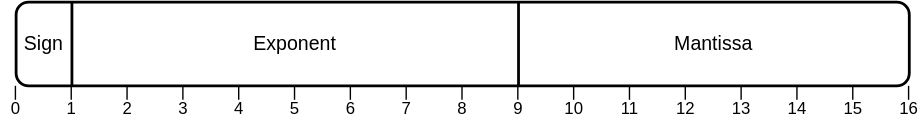
Before: assets/bfloat16.svg, a diagram exported from draw.io (data-niklas/master_thesis). Source tidied: cells renumbered, new cells last; positions are measured from the earlier drawing's top-left corner, leaving out a move shared by most shapes.
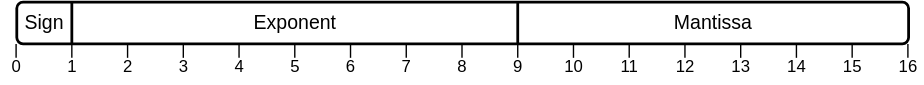
The same diagram one commit later.

The edit, as a diff of the source:
```diff
@@ -3,180 +3,180 @@
     <mxCell id="0" />
     <mxCell id="1" parent="0" />
     <mxCell id="2" style="rounded=1;whiteSpace=wrap;html=1;fillColor=default;strokeWidth=2;" parent="1" vertex="1">
-      <mxGeometry x="10" width="640" height="60" as="geometry" />
+      <mxGeometry x="10" y="150" width="640" height="30" as="geometry" />
     </mxCell>
     <mxCell id="3" style="endArrow=none;html=1;rounded=0;strokeWidth=2;" parent="1" edge="1">
       <mxGeometry relative="1" as="geometry">
-        <mxPoint x="50" y="60" as="sourcePoint" />
-        <mxPoint x="50" as="targetPoint" />
+        <mxPoint x="369.5" y="180" as="sourcePoint" />
+        <mxPoint x="369.5" y="150" as="targetPoint" />
       </mxGeometry>
     </mxCell>
-    <mxCell id="4" style="endArrow=none;html=1;rounded=0;strokeWidth=2;" parent="1" edge="1">
-      <mxGeometry relative="1" as="geometry">
-        <mxPoint x="370" y="60" as="sourcePoint" />
-        <mxPoint x="370" as="targetPoint" />
-      </mxGeometry>
+    <mxCell id="4" value="1" style="text;html=1;align=center;verticalAlign=middle;whiteSpace=wrap;rounded=0;spacingTop=3;" parent="1" vertex="1">
+      <mxGeometry x="40" y="180" width="20" height="30" as="geometry" />
     </mxCell>
-    <mxCell id="5" value="1" style="text;html=1;align=center;verticalAlign=middle;whiteSpace=wrap;rounded=0;spacingTop=3;" parent="1" vertex="1">
-      <mxGeometry x="40" y="60" width="20" height="30" as="geometry" />
+    <mxCell id="5" style="endArrow=none;html=1;rounded=0;strokeWidth=1;" parent="1" edge="1">
+      <mxGeometry relative="1" as="geometry">
+        <mxPoint x="49.5" y="190" as="sourcePoint" />
+        <mxPoint x="49.5" y="180" as="targetPoint" />
+      </mxGeometry>
     </mxCell>
-    <mxCell id="6" style="endArrow=none;html=1;rounded=0;strokeWidth=1;" parent="1" edge="1">
-      <mxGeometry relative="1" as="geometry">
-        <mxPoint x="49.5" y="70" as="sourcePoint" />
-        <mxPoint x="49.5" y="60" as="targetPoint" />
-      </mxGeometry>
+    <mxCell id="6" value="2" style="text;html=1;align=center;verticalAlign=middle;whiteSpace=wrap;rounded=0;spacingTop=3;" parent="1" vertex="1">
+      <mxGeometry x="80" y="180" width="20" height="30" as="geometry" />
     </mxCell>
-    <mxCell id="7" value="2" style="text;html=1;align=center;verticalAlign=middle;whiteSpace=wrap;rounded=0;spacingTop=3;" parent="1" vertex="1">
-      <mxGeometry x="80" y="60" width="20" height="30" as="geometry" />
+    <mxCell id="7" style="endArrow=none;html=1;rounded=0;strokeWidth=1;" parent="1" edge="1">
+      <mxGeometry relative="1" as="geometry">
+        <mxPoint x="89.5" y="190" as="sourcePoint" />
+        <mxPoint x="89.5" y="180" as="targetPoint" />
+      </mxGeometry>
     </mxCell>
-    <mxCell id="8" style="endArrow=none;html=1;rounded=0;strokeWidth=1;" parent="1" edge="1">
-      <mxGeometry relative="1" as="geometry">
-        <mxPoint x="89.5" y="70" as="sourcePoint" />
-        <mxPoint x="89.5" y="60" as="targetPoint" />
-      </mxGeometry>
+    <mxCell id="8" value="3" style="text;html=1;align=center;verticalAlign=middle;whiteSpace=wrap;rounded=0;spacingTop=3;" parent="1" vertex="1">
+      <mxGeometry x="120" y="180" width="20" height="30" as="geometry" />
     </mxCell>
-    <mxCell id="9" value="3" style="text;html=1;align=center;verticalAlign=middle;whiteSpace=wrap;rounded=0;spacingTop=3;" parent="1" vertex="1">
-      <mxGeometry x="120" y="60" width="20" height="30" as="geometry" />
+    <mxCell id="9" style="endArrow=none;html=1;rounded=0;strokeWidth=1;" parent="1" edge="1">
+      <mxGeometry relative="1" as="geometry">
+        <mxPoint x="129.5" y="190" as="sourcePoint" />
+        <mxPoint x="129.5" y="180" as="targetPoint" />
+      </mxGeometry>
     </mxCell>
-    <mxCell id="10" style="endArrow=none;html=1;rounded=0;strokeWidth=1;" parent="1" edge="1">
-      <mxGeometry relative="1" as="geometry">
-        <mxPoint x="129.5" y="70" as="sourcePoint" />
-        <mxPoint x="129.5" y="60" as="targetPoint" />
-      </mxGeometry>
+    <mxCell id="10" value="4" style="text;html=1;align=center;verticalAlign=middle;whiteSpace=wrap;rounded=0;spacingTop=3;" parent="1" vertex="1">
+      <mxGeometry x="160" y="180" width="20" height="30" as="geometry" />
     </mxCell>
-    <mxCell id="11" value="4" style="text;html=1;align=center;verticalAlign=middle;whiteSpace=wrap;rounded=0;spacingTop=3;" parent="1" vertex="1">
-      <mxGeometry x="160" y="60" width="20" height="30" as="geometry" />
+    <mxCell id="11" style="endArrow=none;html=1;rounded=0;strokeWidth=1;" parent="1" edge="1">
+      <mxGeometry relative="1" as="geometry">
+        <mxPoint x="169.5" y="190" as="sourcePoint" />
+        <mxPoint x="169.5" y="180" as="targetPoint" />
+      </mxGeometry>
     </mxCell>
-    <mxCell id="12" style="endArrow=none;html=1;rounded=0;strokeWidth=1;" parent="1" edge="1">
-      <mxGeometry relative="1" as="geometry">
-        <mxPoint x="169.5" y="70" as="sourcePoint" />
-        <mxPoint x="169.5" y="60" as="targetPoint" />
-      </mxGeometry>
+    <mxCell id="12" value="5" style="text;html=1;align=center;verticalAlign=middle;whiteSpace=wrap;rounded=0;spacingTop=3;" parent="1" vertex="1">
+      <mxGeometry x="200" y="180" width="20" height="30" as="geometry" />
     </mxCell>
-    <mxCell id="13" value="5" style="text;html=1;align=center;verticalAlign=middle;whiteSpace=wrap;rounded=0;spacingTop=3;" parent="1" vertex="1">
-      <mxGeometry x="200" y="60" width="20" height="30" as="geometry" />
+    <mxCell id="13" style="endArrow=none;html=1;rounded=0;strokeWidth=1;" parent="1" edge="1">
+      <mxGeometry relative="1" as="geometry">
+        <mxPoint x="209.5" y="190" as="sourcePoint" />
+        <mxPoint x="209.5" y="180" as="targetPoint" />
+      </mxGeometry>
     </mxCell>
-    <mxCell id="14" style="endArrow=none;html=1;rounded=0;strokeWidth=1;" parent="1" edge="1">
-      <mxGeometry relative="1" as="geometry">
-        <mxPoint x="209.5" y="70" as="sourcePoint" />
-        <mxPoint x="209.5" y="60" as="targetPoint" />
-      </mxGeometry>
+    <mxCell id="14" value="6" style="text;html=1;align=center;verticalAlign=middle;whiteSpace=wrap;rounded=0;spacingTop=3;" parent="1" vertex="1">
+      <mxGeometry x="240" y="180" width="20" height="30" as="geometry" />
     </mxCell>
-    <mxCell id="15" value="6" style="text;html=1;align=center;verticalAlign=middle;whiteSpace=wrap;rounded=0;spacingTop=3;" parent="1" vertex="1">
-      <mxGeometry x="240" y="60" width="20" height="30" as="geometry" />
+    <mxCell id="15" style="endArrow=none;html=1;rounded=0;strokeWidth=1;" parent="1" edge="1">
+      <mxGeometry relative="1" as="geometry">
+        <mxPoint x="249.5" y="190" as="sourcePoint" />
+        <mxPoint x="249.5" y="180" as="targetPoint" />
+      </mxGeometry>
     </mxCell>
-    <mxCell id="16" style="endArrow=none;html=1;rounded=0;strokeWidth=1;" parent="1" edge="1">
-      <mxGeometry relative="1" as="geometry">
-        <mxPoint x="249.5" y="70" as="sourcePoint" />
-        <mxPoint x="249.5" y="60" as="targetPoint" />
-      </mxGeometry>
+    <mxCell id="16" value="7" style="text;html=1;align=center;verticalAlign=middle;whiteSpace=wrap;rounded=0;spacingTop=3;" parent="1" vertex="1">
+      <mxGeometry x="280" y="180" width="20" height="30" as="geometry" />
     </mxCell>
-    <mxCell id="17" value="7" style="text;html=1;align=center;verticalAlign=middle;whiteSpace=wrap;rounded=0;spacingTop=3;" parent="1" vertex="1">
-      <mxGeometry x="280" y="60" width="20" height="30" as="geometry" />
+    <mxCell id="17" style="endArrow=none;html=1;rounded=0;strokeWidth=1;" parent="1" edge="1">
+      <mxGeometry relative="1" as="geometry">
+        <mxPoint x="289.5" y="190" as="sourcePoint" />
+        <mxPoint x="289.5" y="180" as="targetPoint" />
+      </mxGeometry>
     </mxCell>
-    <mxCell id="18" style="endArrow=none;html=1;rounded=0;strokeWidth=1;" parent="1" edge="1">
-      <mxGeometry relative="1" as="geometry">
-        <mxPoint x="289.5" y="70" as="sourcePoint" />
-        <mxPoint x="289.5" y="60" as="targetPoint" />
-      </mxGeometry>
+    <mxCell id="18" value="8" style="text;html=1;align=center;verticalAlign=middle;whiteSpace=wrap;rounded=0;spacingTop=3;" parent="1" vertex="1">
+      <mxGeometry x="320" y="180" width="20" height="30" as="geometry" />
     </mxCell>
-    <mxCell id="19" value="8" style="text;html=1;align=center;verticalAlign=middle;whiteSpace=wrap;rounded=0;spacingTop=3;" parent="1" vertex="1">
-      <mxGeometry x="320" y="60" width="20" height="30" as="geometry" />
+    <mxCell id="19" style="endArrow=none;html=1;rounded=0;strokeWidth=1;" parent="1" edge="1">
+      <mxGeometry relative="1" as="geometry">
+        <mxPoint x="329.5" y="190" as="sourcePoint" />
+        <mxPoint x="329.5" y="180" as="targetPoint" />
+      </mxGeometry>
     </mxCell>
-    <mxCell id="20" style="endArrow=none;html=1;rounded=0;strokeWidth=1;" parent="1" edge="1">
-      <mxGeometry relative="1" as="geometry">
-        <mxPoint x="329.5" y="70" as="sourcePoint" />
-        <mxPoint x="329.5" y="60" as="targetPoint" />
-      </mxGeometry>
+    <mxCell id="20" value="9" style="text;html=1;align=center;verticalAlign=middle;whiteSpace=wrap;rounded=0;spacingTop=3;" parent="1" vertex="1">
+      <mxGeometry x="360" y="180" width="20" height="30" as="geometry" />
     </mxCell>
-    <mxCell id="21" value="9" style="text;html=1;align=center;verticalAlign=middle;whiteSpace=wrap;rounded=0;spacingTop=3;" parent="1" vertex="1">
-      <mxGeometry x="360" y="60" width="20" height="30" as="geometry" />
+    <mxCell id="21" style="endArrow=none;html=1;rounded=0;strokeWidth=1;" parent="1" edge="1">
+      <mxGeometry relative="1" as="geometry">
+        <mxPoint x="369.5" y="190" as="sourcePoint" />
+        <mxPoint x="369.5" y="180" as="targetPoint" />
+      </mxGeometry>
     </mxCell>
-    <mxCell id="22" style="endArrow=none;html=1;rounded=0;strokeWidth=1;" parent="1" edge="1">
-      <mxGeometry relative="1" as="geometry">
-        <mxPoint x="369.5" y="70" as="sourcePoint" />
-        <mxPoint x="369.5" y="60" as="targetPoint" />
-      </mxGeometry>
+    <mxCell id="22" value="10" style="text;html=1;align=center;verticalAlign=middle;whiteSpace=wrap;rounded=0;spacingTop=3;" parent="1" vertex="1">
+      <mxGeometry x="400" y="180" width="20" height="30" as="geometry" />
     </mxCell>
-    <mxCell id="23" value="10" style="text;html=1;align=center;verticalAlign=middle;whiteSpace=wrap;rounded=0;spacingTop=3;" parent="1" vertex="1">
-      <mxGeometry x="400" y="60" width="20" height="30" as="geometry" />
+    <mxCell id="23" style="endArrow=none;html=1;rounded=0;strokeWidth=1;" parent="1" edge="1">
+      <mxGeometry relative="1" as="geometry">
+        <mxPoint x="409.5" y="190" as="sourcePoint" />
+        <mxPoint x="409.5" y="180" as="targetPoint" />
+      </mxGeometry>
     </mxCell>
-    <mxCell id="24" style="endArrow=none;html=1;rounded=0;strokeWidth=1;" parent="1" edge="1">
-      <mxGeometry relative="1" as="geometry">
-        <mxPoint x="409.5" y="70" as="sourcePoint" />
-        <mxPoint x="409.5" y="60" as="targetPoint" />
-      </mxGeometry>
+    <mxCell id="24" value="11" style="text;html=1;align=center;verticalAlign=middle;whiteSpace=wrap;rounded=0;spacingTop=3;" parent="1" vertex="1">
+      <mxGeometry x="440" y="180" width="20" height="30" as="geometry" />
     </mxCell>
-    <mxCell id="25" value="11" style="text;html=1;align=center;verticalAlign=middle;whiteSpace=wrap;rounded=0;spacingTop=3;" parent="1" vertex="1">
-      <mxGeometry x="440" y="60" width="20" height="30" as="geometry" />
+    <mxCell id="25" style="endArrow=none;html=1;rounded=0;strokeWidth=1;" parent="1" edge="1">
+      <mxGeometry relative="1" as="geometry">
+        <mxPoint x="449.5" y="190" as="sourcePoint" />
+        <mxPoint x="449.5" y="180" as="targetPoint" />
+      </mxGeometry>
     </mxCell>
-    <mxCell id="26" style="endArrow=none;html=1;rounded=0;strokeWidth=1;" parent="1" edge="1">
-      <mxGeometry relative="1" as="geometry">
-        <mxPoint x="449.5" y="70" as="sourcePoint" />
-        <mxPoint x="449.5" y="60" as="targetPoint" />
-      </mxGeometry>
+    <mxCell id="26" value="12" style="text;html=1;align=center;verticalAlign=middle;whiteSpace=wrap;rounded=0;spacingTop=3;" parent="1" vertex="1">
+      <mxGeometry x="480" y="180" width="20" height="30" as="geometry" />
     </mxCell>
-    <mxCell id="27" value="12" style="text;html=1;align=center;verticalAlign=middle;whiteSpace=wrap;rounded=0;spacingTop=3;" parent="1" vertex="1">
-      <mxGeometry x="480" y="60" width="20" height="30" as="geometry" />
+    <mxCell id="27" style="endArrow=none;html=1;rounded=0;strokeWidth=1;" parent="1" edge="1">
+      <mxGeometry relative="1" as="geometry">
+        <mxPoint x="489.5" y="190" as="sourcePoint" />
+        <mxPoint x="489.5" y="180" as="targetPoint" />
+      </mxGeometry>
     </mxCell>
-    <mxCell id="28" style="endArrow=none;html=1;rounded=0;strokeWidth=1;" parent="1" edge="1">
-      <mxGeometry relative="1" as="geometry">
-        <mxPoint x="489.5" y="70" as="sourcePoint" />
-        <mxPoint x="489.5" y="60" as="targetPoint" />
-      </mxGeometry>
+    <mxCell id="28" value="13" style="text;html=1;align=center;verticalAlign=middle;whiteSpace=wrap;rounded=0;spacingTop=3;" parent="1" vertex="1">
+      <mxGeometry x="520" y="180" width="20" height="30" as="geometry" />
     </mxCell>
-    <mxCell id="29" value="13" style="text;html=1;align=center;verticalAlign=middle;whiteSpace=wrap;rounded=0;spacingTop=3;" parent="1" vertex="1">
-      <mxGeometry x="520" y="60" width="20" height="30" as="geometry" />
+    <mxCell id="29" style="endArrow=none;html=1;rounded=0;strokeWidth=1;" parent="1" edge="1">
+      <mxGeometry relative="1" as="geometry">
+        <mxPoint x="529.5" y="190" as="sourcePoint" />
+        <mxPoint x="529.5" y="180" as="targetPoint" />
+      </mxGeometry>
     </mxCell>
-    <mxCell id="30" style="endArrow=none;html=1;rounded=0;strokeWidth=1;" parent="1" edge="1">
-      <mxGeometry relative="1" as="geometry">
-        <mxPoint x="529.5" y="70" as="sourcePoint" />
-        <mxPoint x="529.5" y="60" as="targetPoint" />
-      </mxGeometry>
+    <mxCell id="30" value="14" style="text;html=1;align=center;verticalAlign=middle;whiteSpace=wrap;rounded=0;spacingTop=3;" parent="1" vertex="1">
+      <mxGeometry x="560" y="180" width="20" height="30" as="geometry" />
     </mxCell>
-    <mxCell id="31" value="14" style="text;html=1;align=center;verticalAlign=middle;whiteSpace=wrap;rounded=0;spacingTop=3;" parent="1" vertex="1">
-      <mxGeometry x="560" y="60" width="20" height="30" as="geometry" />
+    <mxCell id="31" style="endArrow=none;html=1;rounded=0;strokeWidth=1;" parent="1" edge="1">
+      <mxGeometry relative="1" as="geometry">
+        <mxPoint x="569.5" y="190" as="sourcePoint" />
+        <mxPoint x="569.5" y="180" as="targetPoint" />
+      </mxGeometry>
     </mxCell>
-    <mxCell id="32" style="endArrow=none;html=1;rounded=0;strokeWidth=1;" parent="1" edge="1">
-      <mxGeometry relative="1" as="geometry">
-        <mxPoint x="569.5" y="70" as="sourcePoint" />
-        <mxPoint x="569.5" y="60" as="targetPoint" />
-      </mxGeometry>
+    <mxCell id="32" value="15" style="text;html=1;align=center;verticalAlign=middle;whiteSpace=wrap;rounded=0;spacingTop=3;" parent="1" vertex="1">
+      <mxGeometry x="600" y="180" width="20" height="30" as="geometry" />
     </mxCell>
-    <mxCell id="33" value="15" style="text;html=1;align=center;verticalAlign=middle;whiteSpace=wrap;rounded=0;spacingTop=3;" parent="1" vertex="1">
-      <mxGeometry x="600" y="60" width="20" height="30" as="geometry" />
+    <mxCell id="33" style="endArrow=none;html=1;rounded=0;strokeWidth=1;" parent="1" edge="1">
+      <mxGeometry relative="1" as="geometry">
+        <mxPoint x="609.5" y="190" as="sourcePoint" />
+        <mxPoint x="609.5" y="180" as="targetPoint" />
+      </mxGeometry>
     </mxCell>
-    <mxCell id="34" style="endArrow=none;html=1;rounded=0;strokeWidth=1;" parent="1" edge="1">
-      <mxGeometry relative="1" as="geometry">
-        <mxPoint x="609.5" y="70" as="sourcePoint" />
-        <mxPoint x="609.5" y="60" as="targetPoint" />
-      </mxGeometry>
+    <mxCell id="34" value="16" style="text;html=1;align=center;verticalAlign=middle;whiteSpace=wrap;rounded=0;spacingTop=3;" parent="1" vertex="1">
+      <mxGeometry x="640" y="180" width="20" height="30" as="geometry" />
     </mxCell>
-    <mxCell id="35" value="16" style="text;html=1;align=center;verticalAlign=middle;whiteSpace=wrap;rounded=0;spacingTop=3;" parent="1" vertex="1">
-      <mxGeometry x="640" y="60" width="20" height="30" as="geometry" />
+    <mxCell id="35" style="endArrow=none;html=1;rounded=0;strokeWidth=1;" parent="1" edge="1">
+      <mxGeometry relative="1" as="geometry">
+        <mxPoint x="649.5" y="190" as="sourcePoint" />
+        <mxPoint x="649.5" y="180" as="targetPoint" />
+      </mxGeometry>
     </mxCell>
-    <mxCell id="36" style="endArrow=none;html=1;rounded=0;strokeWidth=1;" parent="1" edge="1">
-      <mxGeometry relative="1" as="geometry">
-        <mxPoint x="649.5" y="70" as="sourcePoint" />
-        <mxPoint x="649.5" y="60" as="targetPoint" />
-      </mxGeometry>
+    <mxCell id="36" value="Exponent" style="text;html=1;align=center;verticalAlign=middle;whiteSpace=wrap;rounded=0;fontSize=14;" parent="1" vertex="1">
+      <mxGeometry x="180" y="150" width="60" height="30" as="geometry" />
     </mxCell>
-    <mxCell id="37" value="Exponent" style="text;html=1;align=center;verticalAlign=middle;whiteSpace=wrap;rounded=0;fontSize=14;" parent="1" vertex="1">
-      <mxGeometry x="180" y="15" width="60" height="30" as="geometry" />
+    <mxCell id="37" value="Mantissa" style="text;html=1;align=center;verticalAlign=middle;whiteSpace=wrap;rounded=0;fontSize=14;" parent="1" vertex="1">
+      <mxGeometry x="480" y="150" width="60" height="30" as="geometry" />
     </mxCell>
-    <mxCell id="38" value="Mantissa" style="text;html=1;align=center;verticalAlign=middle;whiteSpace=wrap;rounded=0;fontSize=14;" parent="1" vertex="1">
-      <mxGeometry x="480" y="15" width="60" height="30" as="geometry" />
+    <mxCell id="38" value="Sign" style="text;html=1;align=center;verticalAlign=middle;whiteSpace=wrap;rounded=0;fontSize=14;" parent="1" vertex="1">
+      <mxGeometry y="150" width="60" height="30" as="geometry" />
     </mxCell>
-    <mxCell id="39" value="Sign" style="text;html=1;align=center;verticalAlign=middle;whiteSpace=wrap;rounded=0;fontSize=14;" parent="1" vertex="1">
-      <mxGeometry y="15" width="60" height="30" as="geometry" />
+    <mxCell id="39" value="0" style="text;html=1;align=center;verticalAlign=middle;whiteSpace=wrap;rounded=0;spacingTop=3;" parent="1" vertex="1">
+      <mxGeometry y="180" width="20" height="30" as="geometry" />
     </mxCell>
-    <mxCell id="40" value="0" style="text;html=1;align=center;verticalAlign=middle;whiteSpace=wrap;rounded=0;spacingTop=3;" parent="1" vertex="1">
-      <mxGeometry y="60" width="20" height="30" as="geometry" />
+    <mxCell id="40" style="endArrow=none;html=1;rounded=0;strokeWidth=1;" parent="1" edge="1">
+      <mxGeometry relative="1" as="geometry">
+        <mxPoint x="9.5" y="190" as="sourcePoint" />
+        <mxPoint x="9.5" y="180" as="targetPoint" />
+      </mxGeometry>
     </mxCell>
-    <mxCell id="41" style="endArrow=none;html=1;rounded=0;strokeWidth=1;" parent="1" edge="1">
+    <mxCell id="41" style="endArrow=none;html=1;rounded=0;strokeWidth=2;" parent="1" edge="1">
       <mxGeometry relative="1" as="geometry">
-        <mxPoint x="9.5" y="70" as="sourcePoint" />
-        <mxPoint x="9.5" y="60" as="targetPoint" />
+        <mxPoint x="49.5" y="180" as="sourcePoint" />
+        <mxPoint x="49.5" y="150" as="targetPoint" />
       </mxGeometry>
     </mxCell>
   </root>
```
